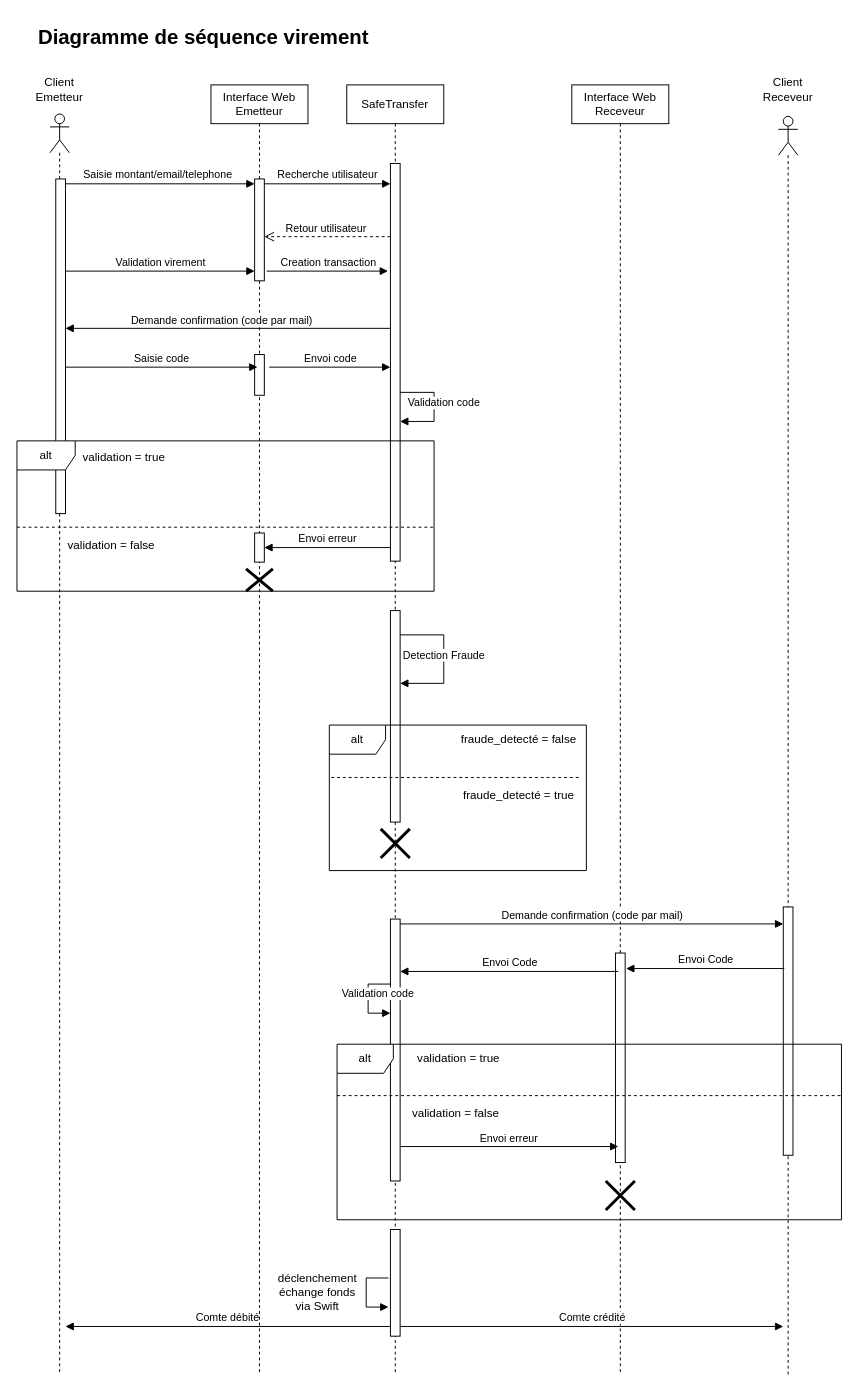
Before: assets/Diagramme_Sequence_Virement_SafeTransfer.drawio in cyrilRam/safe-transfer-Groupe1, a draw.io diagram. Source tidied: cells renumbered, new cells numbered last; positions are measured from the earlier drawing's top-left corner, leaving out a move shared by most shapes. Both pictures are drawn from the tidied source at 97%, with x=0, y=0 at pixel (16, 16).
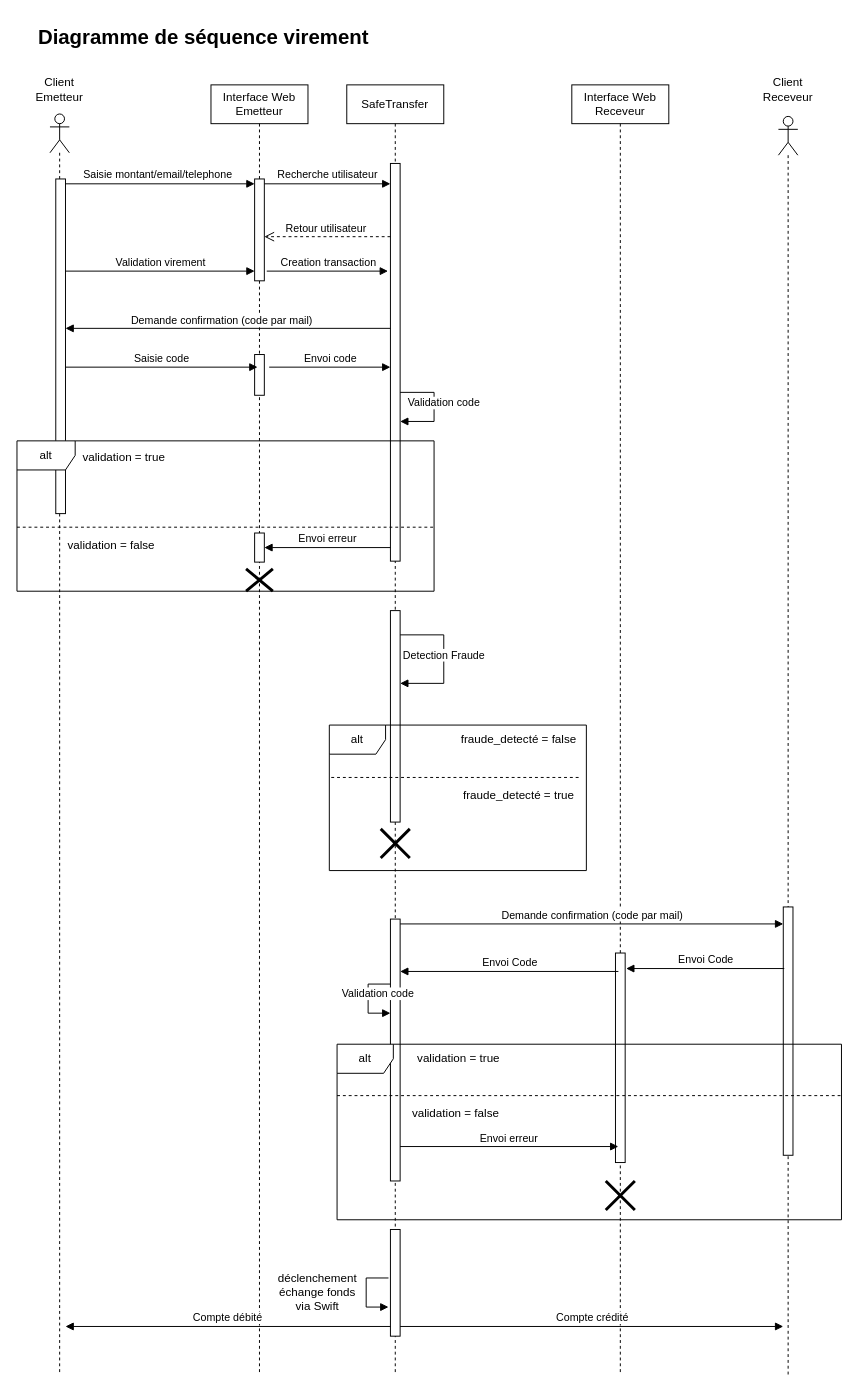
After the change.

The edit, as a diff of the source:
```diff
@@
-    <mxCell id="53" value="Comte crédité" style="html=1;verticalAlign=bottom;endArrow=block;curved=0;rounded=0;exitX=1;exitY=0;exitDx=0;exitDy=5;exitPerimeter=0;" parent="1" edge="1">
+    <mxCell id="53" value="Compte crédité" style="html=1;verticalAlign=bottom;endArrow=block;curved=0;rounded=0;exitX=1;exitY=0;exitDx=0;exitDy=5;exitPerimeter=0;" parent="1" edge="1">
       <mxGeometry relative="1" as="geometry">
         <mxPoint x="395" y="1350" as="sourcePoint" />
         <mxPoint x="790" y="1350" as="targetPoint" />
       </mxGeometry>
     </mxCell>
-    <mxCell id="54" value="Comte débité" style="html=1;verticalAlign=bottom;endArrow=block;curved=0;rounded=0;" parent="1" edge="1">
+    <mxCell id="54" value="Compte débité" style="html=1;verticalAlign=bottom;endArrow=block;curved=0;rounded=0;" parent="1" edge="1">
       <mxGeometry relative="1" as="geometry">
         <mxPoint x="385" y="1350" as="sourcePoint" />
         <mxPoint x="50" y="1350" as="targetPoint" />
       </mxGeometry>
     </mxCell>
```
